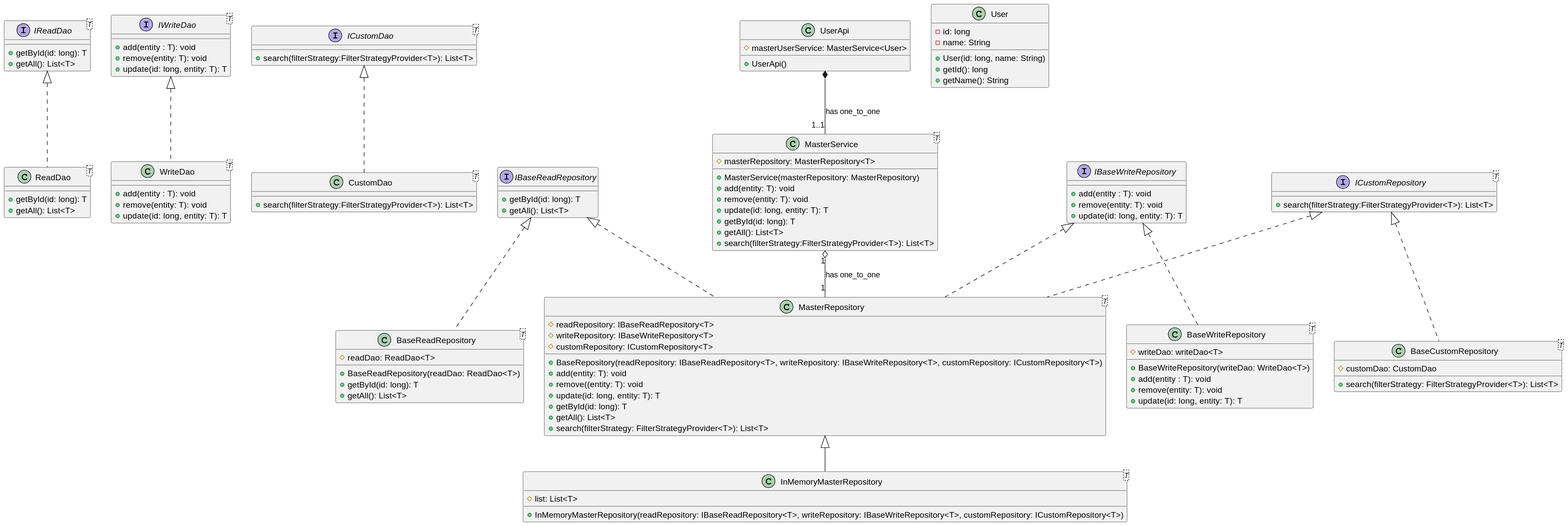
The PlantUML diagram src/lld/backend_patterns/repository/template/class_diagram.svg in premkumar1991/Explore, before a commit.
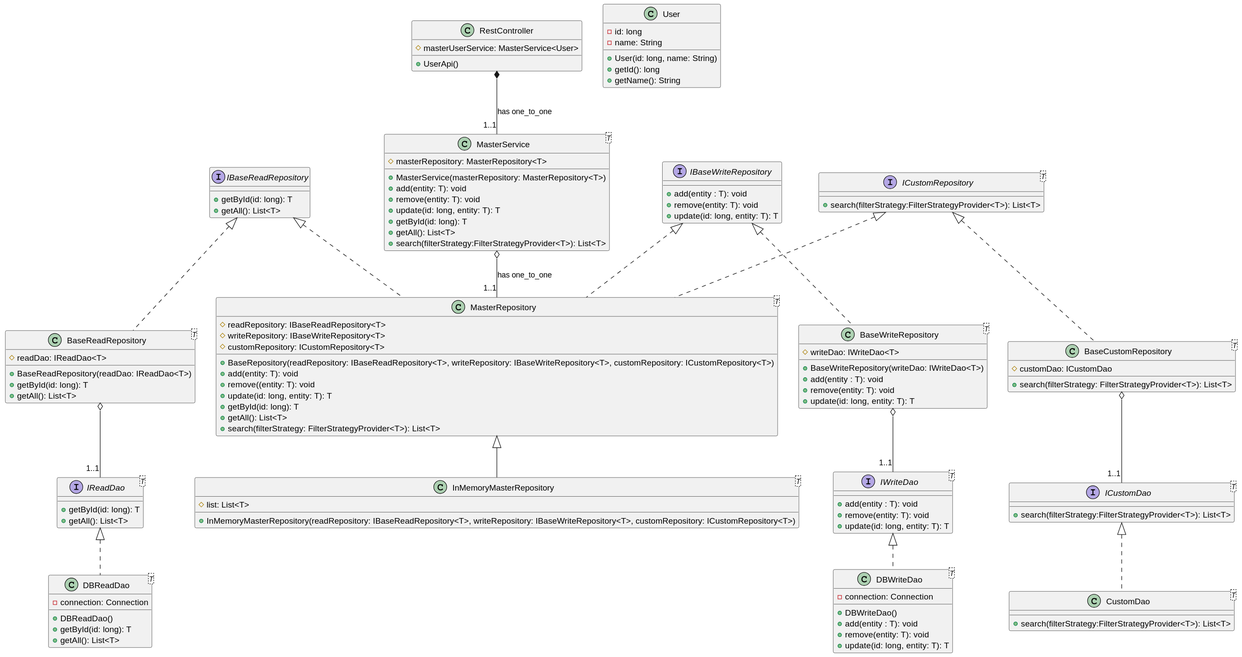
Later version of the same file.

The edit, as a diff of the source:
```diff
@@ -23,11 +23,15 @@
 interface ICustomRepository<T>{
     + search(filterStrategy:FilterStrategyProvider<T>): List<T>
 }
-class ReadDao<T> implements IReadDao{
+class DBReadDao<T> implements IReadDao{
+    - connection: Connection
+    + DBReadDao()
     + getById(id: long): T
     + getAll(): List<T>
 }
-class WriteDao<T> implements IWriteDao{
+class DBWriteDao<T> implements IWriteDao{
+    - connection: Connection
+    + DBWriteDao()
     + add(entity : T): void
     + remove(entity: T): void
     + update(id: long, entity: T): T
@@ -36,23 +40,22 @@
     + search(filterStrategy:FilterStrategyProvider<T>): List<T>
 }
 class BaseReadRepository<T> implements IBaseReadRepository{
-    # readDao: ReadDao<T>
-    + BaseReadRepository(readDao: ReadDao<T>)
+    # readDao: IReadDao<T>
+    + BaseReadRepository(readDao: IReadDao<T>)
     + getById(id: long): T
     + getAll(): List<T>
 }
 class BaseWriteRepository<T> implements IBaseWriteRepository{
-    # writeDao: writeDao<T>
-    + BaseWriteRepository(writeDao: WriteDao<T>)
+    # writeDao: IWriteDao<T>
+    + BaseWriteRepository(writeDao: IWriteDao<T>)
     + add(entity : T): void
     + remove(entity: T): void
     + update(id: long, entity: T): T
 }
 class BaseCustomRepository<T> implements ICustomRepository{
-    # customDao: CustomDao
+    # customDao: ICustomDao
     + search(filterStrategy: FilterStrategyProvider<T>): List<T>
 }
-
 class MasterRepository<T> implements IBaseReadRepository, IBaseWriteRepository, ICustomRepository{
     # readRepository: IBaseReadRepository<T>
     # writeRepository: IBaseWriteRepository<T>
@@ -71,7 +74,7 @@
 }
 class MasterService<T>{
     # masterRepository: MasterRepository<T>
-    + MasterService(masterRepository: MasterRepository)
+    + MasterService(masterRepository: MasterRepository<T>)
     + add(entity: T): void
     + remove(entity: T): void
     + update(id: long, entity: T): T
@@ -79,7 +82,7 @@
     + getAll(): List<T>
     + search(filterStrategy:FilterStrategyProvider<T>): List<T>
 }
-class UserApi {
+class RestController {
     # masterUserService: MasterService<User>
     + UserApi()
 }
@@ -91,6 +94,9 @@
     + getName(): String
 }
 
-UserApi *-- "1..1" MasterService : has one_to_one
-MasterService "1" o-- "1" MasterRepository : has one_to_one
+RestController *-- "1..1" MasterService : has one_to_one
+MasterService o-- "1..1" MasterRepository : has one_to_one
+BaseReadRepository o-- "1..1" IReadDao
+BaseWriteRepository o-- "1..1" IWriteDao
+BaseCustomRepository o-- "1..1" ICustomDao
 @enduml
```
